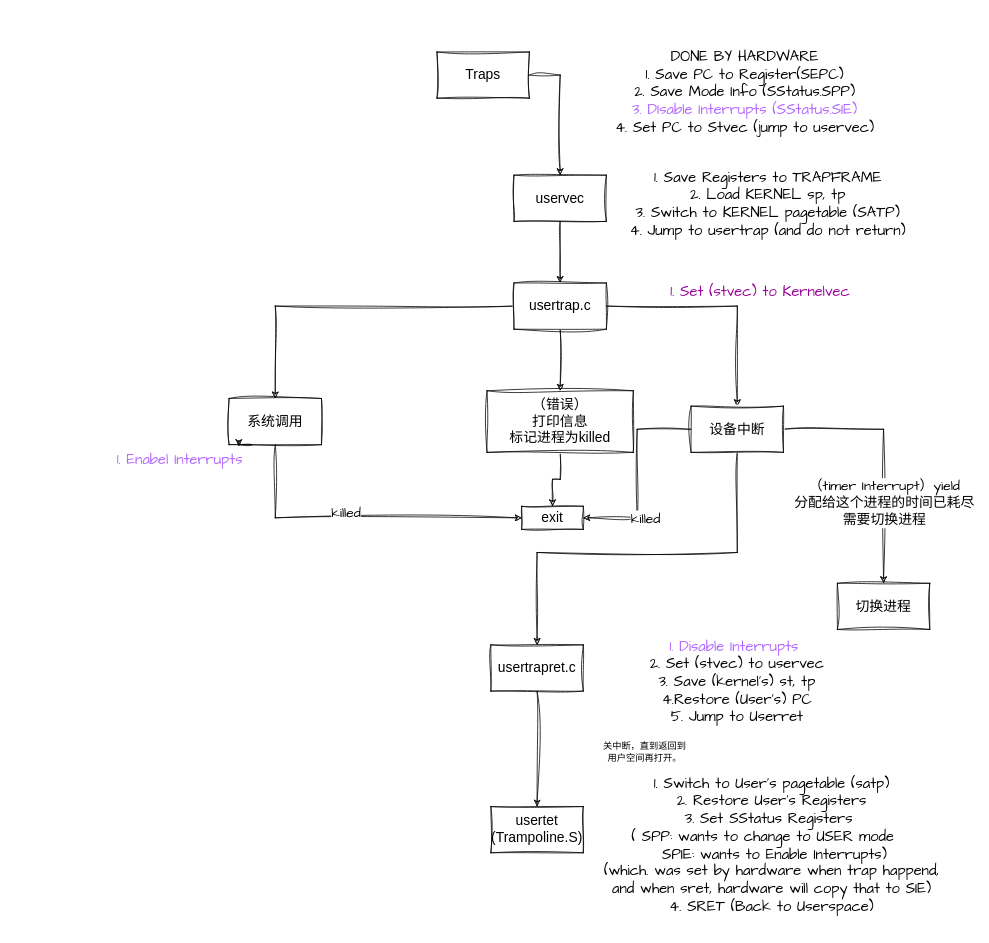
This is traps.drawio from yMsquare/Diagrams, a draw.io file, before an edit. Source tidied: cells renumbered, new cells numbered last; positions are measured from the earlier drawing's top-left corner, leaving out a move shared by most shapes. Both pictures are drawn from the tidied source at 77%, with x=0, y=0 at pixel (13, 13).
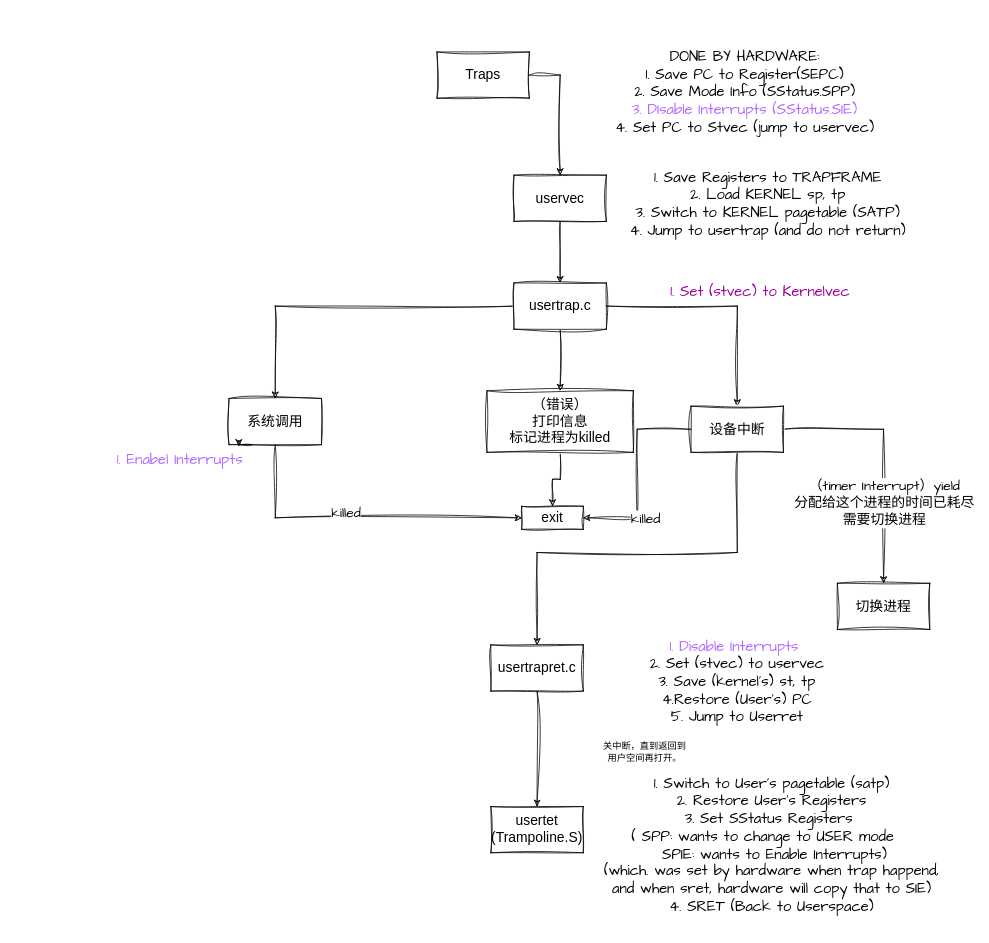
After the change.

What changed in the source:
```diff
@@
-    <mxCell id="27" value="&lt;div&gt;&lt;span style=&quot;font-size: 19px;&quot;&gt;DONE BY HARDWARE&lt;/span&gt;&lt;/div&gt;&lt;span style=&quot;font-size: 19px;&quot;&gt;1. Save PC to Register(SEPC)&lt;/span&gt;&lt;div&gt;&lt;span style=&quot;font-size: 19px;&quot;&gt;2. Save Mode Info (SStatus.SPP)&lt;/span&gt;&lt;/div&gt;&lt;div&gt;&lt;span style=&quot;font-size: 19px;&quot;&gt;&lt;font color=&quot;#b266ff&quot;&gt;3. DIsable Interrupts (SStatus.SIE)&lt;/font&gt;&lt;/span&gt;&lt;/div&gt;&lt;div&gt;&lt;div&gt;&lt;span style=&quot;font-size: 19px;&quot;&gt;4. Set PC to Stvec (jump to uservec)&lt;br&gt;&lt;/span&gt;&lt;div&gt;&lt;br&gt;&lt;/div&gt;&lt;/div&gt;&lt;/div&gt;" style="text;html=1;align=center;verticalAlign=middle;whiteSpace=wrap;rounded=0;fontFamily=Architects Daughter;" parent="1" vertex="1">
+    <mxCell id="27" value="&lt;div&gt;&lt;span style=&quot;font-size: 19px;&quot;&gt;DONE BY HARDWARE:&lt;/span&gt;&lt;/div&gt;&lt;span style=&quot;font-size: 19px;&quot;&gt;1. Save PC to Register(SEPC)&lt;/span&gt;&lt;div&gt;&lt;span style=&quot;font-size: 19px;&quot;&gt;2. Save Mode Info (SStatus.SPP)&lt;/span&gt;&lt;/div&gt;&lt;div&gt;&lt;span style=&quot;font-size: 19px;&quot;&gt;&lt;font color=&quot;#b266ff&quot;&gt;3. DIsable Interrupts (SStatus.SIE)&lt;/font&gt;&lt;/span&gt;&lt;/div&gt;&lt;div&gt;&lt;div&gt;&lt;span style=&quot;font-size: 19px;&quot;&gt;4. Set PC to Stvec (jump to uservec)&lt;br&gt;&lt;/span&gt;&lt;div&gt;&lt;br&gt;&lt;/div&gt;&lt;/div&gt;&lt;/div&gt;" style="text;html=1;align=center;verticalAlign=middle;whiteSpace=wrap;rounded=0;fontFamily=Architects Daughter;" parent="1" vertex="1">
       <mxGeometry x="780" width="340" height="220" as="geometry" />
     </mxCell>
```
